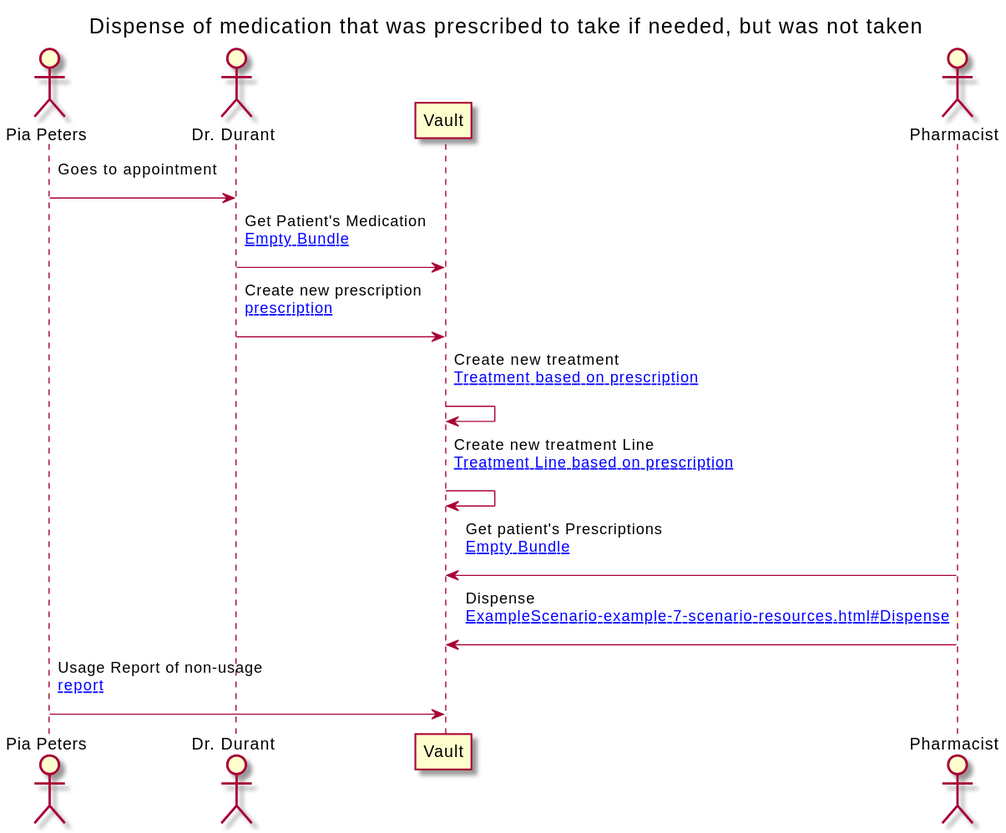
The PlantUML diagram branches/master/ExampleScenario-example-7-scenario.svg in costateixeira/hl7-be-fhir-medication, before a commit.
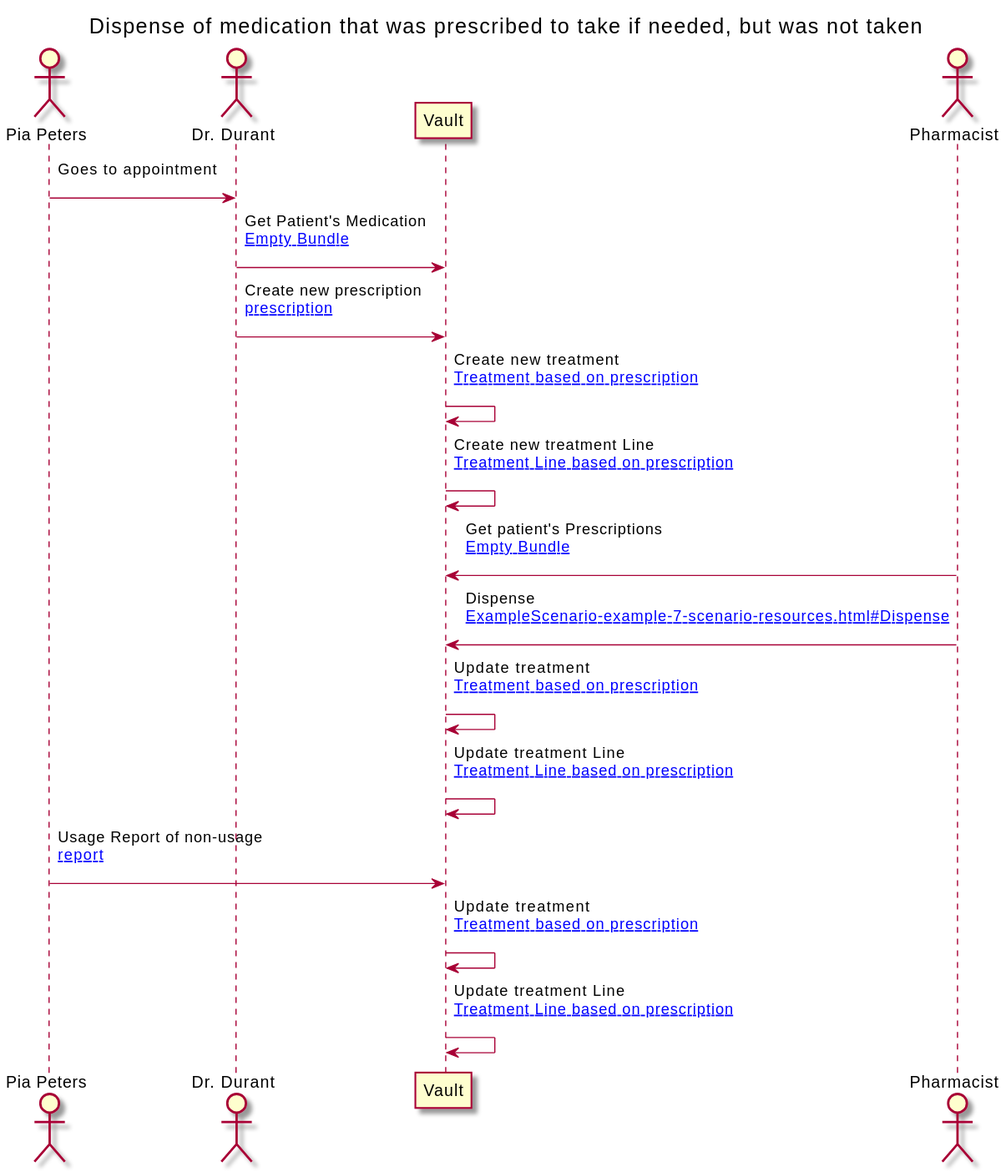
The same diagram one commit later.

Change to the diagram source:
```diff
@@ -19,7 +19,11 @@
     VAULT-> VAULT : Create new treatment Line\n[[ExampleScenario-example-7-scenario-resources.html#New Treatment Line based on prescription]]\n
     PHARM-> VAULT : Get patient's Prescriptions\n[[ExampleScenario-example-7-scenario-resources.html#EB Empty Bundle]]\n
     PHARM-> VAULT : Dispense\n[[ExampleScenario-example-7-scenario-resources.html#Dispense]]\n
+    VAULT-> VAULT : Update treatment\n[[ExampleScenario-example-7-scenario-resources.html#New Treatment based on prescription]]\n
+    VAULT-> VAULT : Update treatment Line\n[[ExampleScenario-example-7-scenario-resources.html#New Treatment Line based on prescription]]\n
     PATIENT-> VAULT : Usage Report of non-usage\n[[ExampleScenario-example-7-scenario-resources.html#Usage report]]\n
+    VAULT-> VAULT : Update treatment\n[[ExampleScenario-example-7-scenario-resources.html#New Treatment based on prescription]]\n
+    VAULT-> VAULT : Update treatment Line\n[[ExampleScenario-example-7-scenario-resources.html#New Treatment Line based on prescription]]\n
 
 
 @enduml
```
